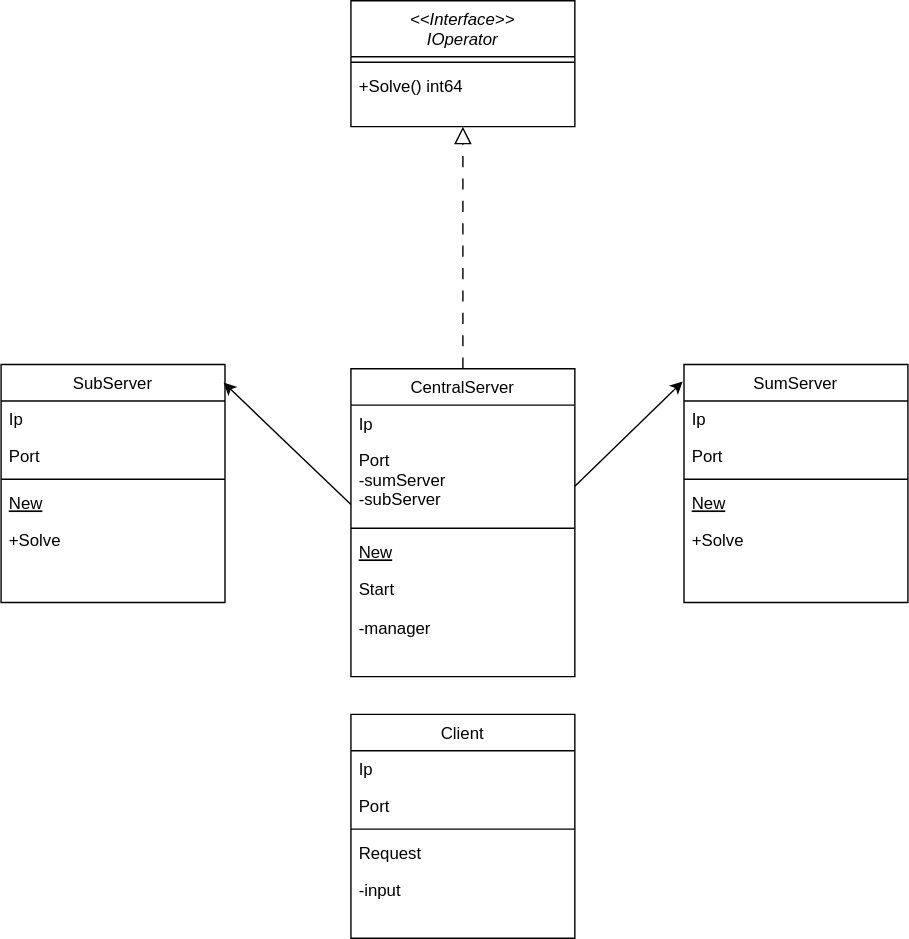
Before: Diagrama sem nome.drawio.svg, a diagram exported from draw.io (PyMarcus/calculator_server). Source tidied: cells renumbered, new cells last; positions are measured from the earlier drawing's top-left corner, leaving out a move shared by most shapes.
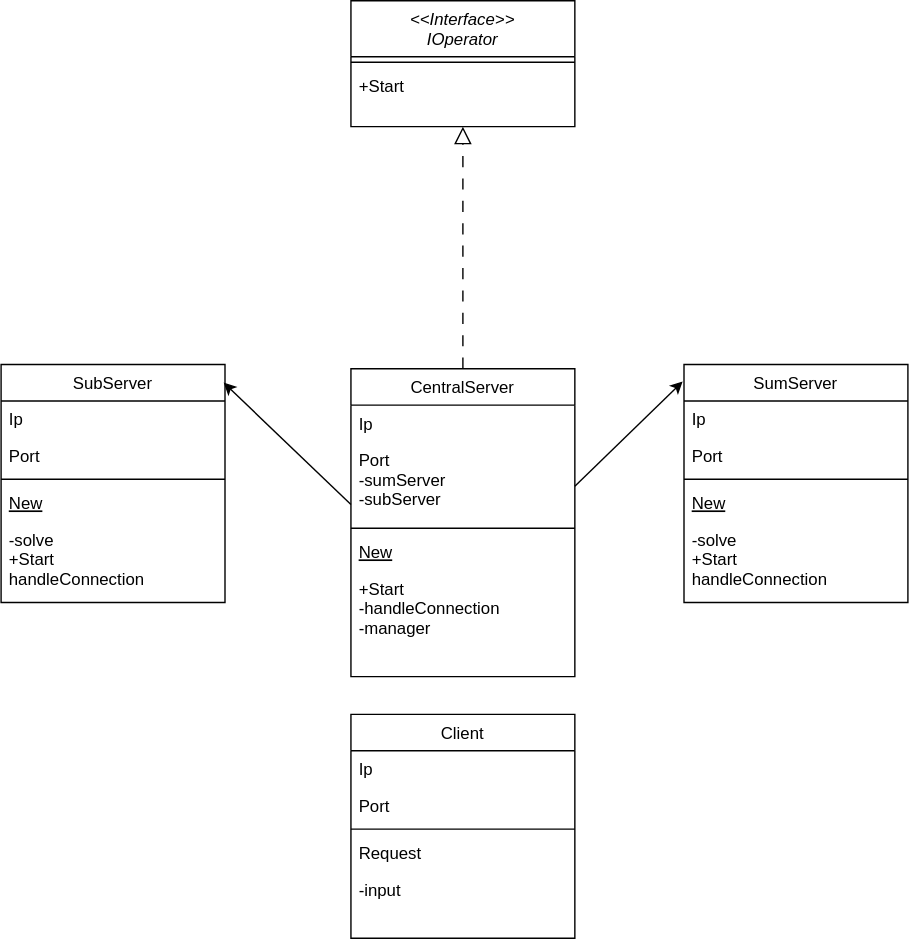
Later version of the same file.

The edit, as a diff of the source:
```diff
@@ -8,7 +8,7 @@
     <mxCell id="3" style="line;html=1;strokeWidth=1;align=left;verticalAlign=middle;spacingTop=-1;spacingLeft=3;spacingRight=3;labelPosition=right;" parent="2" vertex="1">
       <mxGeometry y="40" width="160" height="8" as="geometry" />
     </mxCell>
-    <mxCell id="4" value="+Solve() int64" style="text;align=left;verticalAlign=top;spacingLeft=4;spacingRight=4;overflow=hidden;" parent="2" vertex="1">
+    <mxCell id="4" value="+Start" style="text;align=left;verticalAlign=top;spacingLeft=4;spacingRight=4;overflow=hidden;" parent="2" vertex="1">
       <mxGeometry y="48" width="160" height="26" as="geometry" />
     </mxCell>
     <mxCell id="5" value="CentralServer" style="swimlane;fontStyle=0;align=center;verticalAlign=top;horizontal=1;startSize=26;rounded=0;shadow=0;strokeWidth=1;" parent="1" vertex="1">
@@ -26,7 +26,7 @@
     <mxCell id="9" value="New" style="text;align=left;verticalAlign=top;spacingLeft=4;spacingRight=4;overflow=hidden;fontStyle=4;" parent="5" vertex="1">
       <mxGeometry y="118" width="160" height="26" as="geometry" />
     </mxCell>
-    <mxCell id="10" value="Start" style="text;align=left;verticalAlign=top;spacingLeft=4;spacingRight=4;overflow=hidden;" parent="5" vertex="1">
+    <mxCell id="10" value="+Start&#10;-handleConnection" style="text;align=left;verticalAlign=top;spacingLeft=4;spacingRight=4;overflow=hidden;" parent="5" vertex="1">
       <mxGeometry y="144" width="160" height="28" as="geometry" />
     </mxCell>
     <mxCell id="11" value="-manager" style="text;align=left;verticalAlign=top;spacingLeft=4;spacingRight=4;overflow=hidden;" parent="5" vertex="1">
@@ -68,7 +68,7 @@
     <mxCell id="23" value="New" style="text;align=left;verticalAlign=top;spacingLeft=4;spacingRight=4;overflow=hidden;fontStyle=4;" parent="19" vertex="1">
       <mxGeometry y="86" width="160" height="26" as="geometry" />
     </mxCell>
-    <mxCell id="24" value="+Solve" style="text;align=left;verticalAlign=top;spacingLeft=4;spacingRight=4;overflow=hidden;" parent="19" vertex="1">
+    <mxCell id="24" value="-solve&#10;+Start&#10;handleConnection" style="text;align=left;verticalAlign=top;spacingLeft=4;spacingRight=4;overflow=hidden;" parent="19" vertex="1">
       <mxGeometry y="112" width="160" height="58" as="geometry" />
     </mxCell>
     <mxCell id="25" value="SubServer" style="swimlane;fontStyle=0;align=center;verticalAlign=top;horizontal=1;startSize=26;rounded=0;shadow=0;strokeWidth=1;" parent="1" vertex="1">
@@ -86,7 +86,7 @@
     <mxCell id="29" value="New" style="text;align=left;verticalAlign=top;spacingLeft=4;spacingRight=4;overflow=hidden;fontStyle=4;" parent="25" vertex="1">
       <mxGeometry y="86" width="160" height="26" as="geometry" />
     </mxCell>
-    <mxCell id="30" value="+Solve" style="text;align=left;verticalAlign=top;spacingLeft=4;spacingRight=4;overflow=hidden;" parent="25" vertex="1">
+    <mxCell id="30" value="-solve&#10;+Start&#10;handleConnection" style="text;align=left;verticalAlign=top;spacingLeft=4;spacingRight=4;overflow=hidden;" parent="25" vertex="1">
       <mxGeometry y="112" width="160" height="58" as="geometry" />
     </mxCell>
     <mxCell id="31" style="endArrow=classic;html=1;rounded=0;entryX=0.994;entryY=0.076;entryDx=0;entryDy=0;entryPerimeter=0;" parent="1" edge="1" target="25">
```
